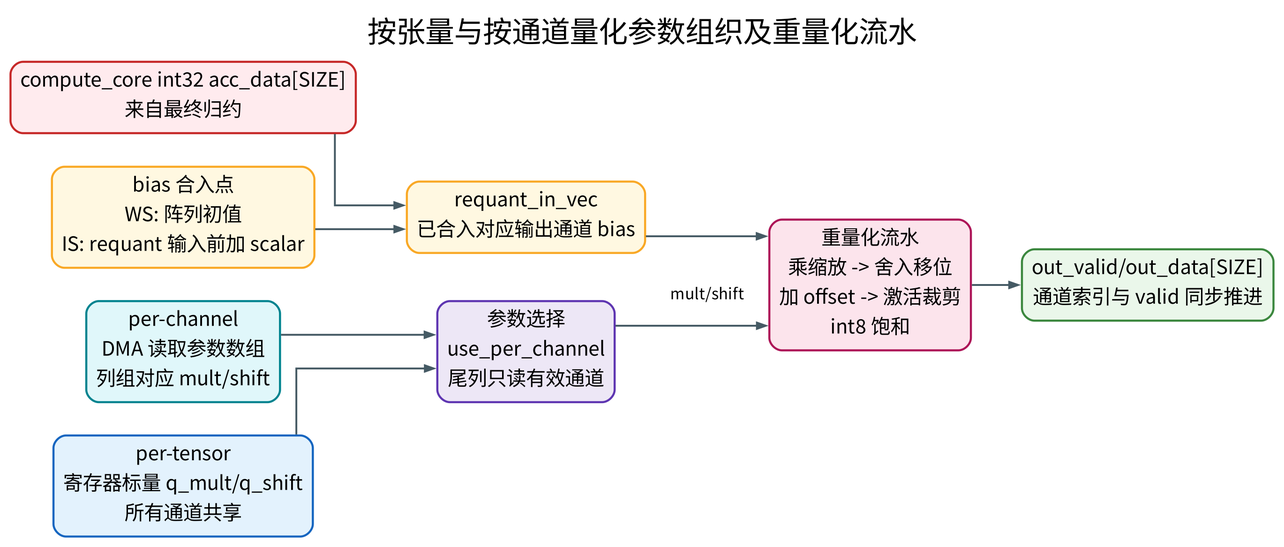
Earlier version of the Graphviz export veri/doc/original_docx_report_md/report_figures/rendered/dot/fig_quant_param_pipeline.png (EE-noob/aiEngine_integrated). Its source is kept beside it as veri/doc/original_docx_report_md/report_figures/dot/fig_quant_param_pipeline.dot.
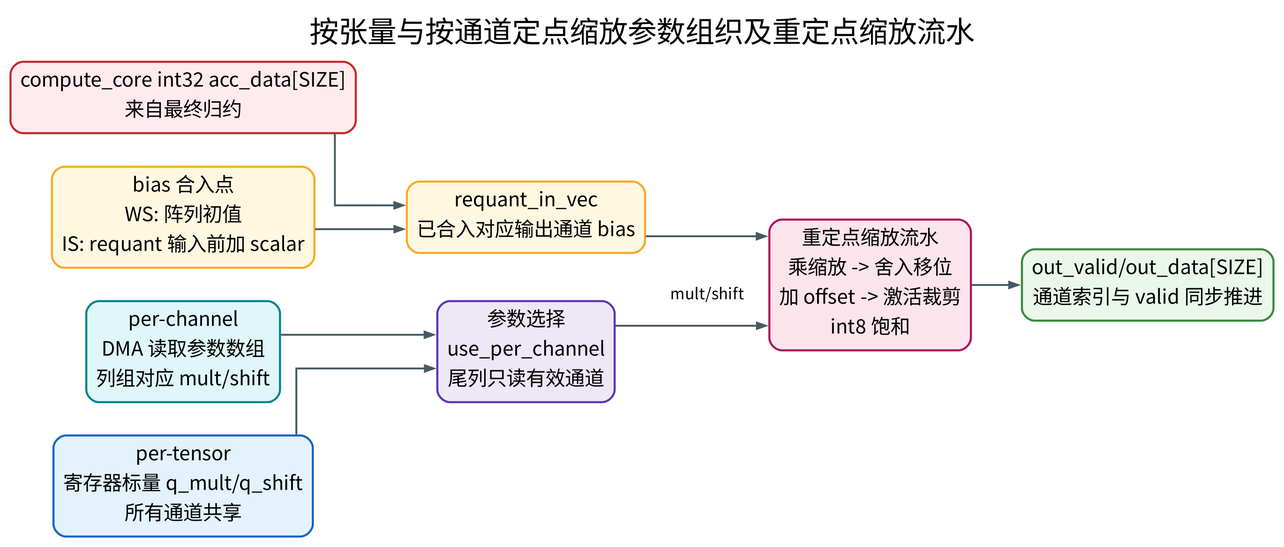
Later version of the same file.

The edit, as a diff of the source:
```diff
@@ -1,5 +1,5 @@
 digraph fig_quant_param_pipeline {
-  graph [rankdir=LR,bgcolor="white",pad=0.14,nodesep=0.45,ranksep=0.65,splines=ortho,dpi=160,fontname="Noto Sans CJK SC",label="按张量与按通道量化参数组织及重量化流水",labelloc=t,fontsize=28];
+  graph [rankdir=LR,bgcolor="white",pad=0.14,nodesep=0.45,ranksep=0.65,splines=ortho,dpi=160,fontname="Noto Sans CJK SC",label="按张量与按通道定点缩放参数组织及重定点缩放流水",labelloc=t,fontsize=28];
   node [shape=box,style="rounded,filled",fontname="Noto Sans CJK SC",fontsize=19,margin="0.13,0.08",penwidth=2.0,color="#455A64"];
   edge [fontname="Noto Sans CJK SC",fontsize=15,penwidth=1.8,arrowsize=0.85,color="#455A64"];
   acc [label="compute_core int32 acc_data[SIZE]\n来自最终归约",fillcolor="#FFEBEE",color="#C62828"];
@@ -8,7 +8,7 @@
   pc [label="per-channel\nDMA 读取参数数组\n列组对应 mult/shift",fillcolor="#E0F7FA",color="#00838F"];
   sel [label="参数选择\nuse_per_channel\n尾列只读有效通道",fillcolor="#EDE7F6",color="#5E35B1"];
   fold [label="requant_in_vec\n已合入对应输出通道 bias",fillcolor="#FFF8E1",color="#F9A825"];
-  pipe [label="重量化流水\n乘缩放 -> 舍入移位\n加 offset -> 激活裁剪\nint8 饱和",fillcolor="#FCE4EC",color="#AD1457"];
+  pipe [label="重定点缩放流水\n乘缩放 -> 舍入移位\n加 offset -> 激活裁剪\nint8 饱和",fillcolor="#FCE4EC",color="#AD1457"];
   out [label="out_valid/out_data[SIZE]\n通道索引与 valid 同步推进",fillcolor="#EAF7EA",color="#3B873E"];
   acc -> fold;
   bias -> fold;
```
